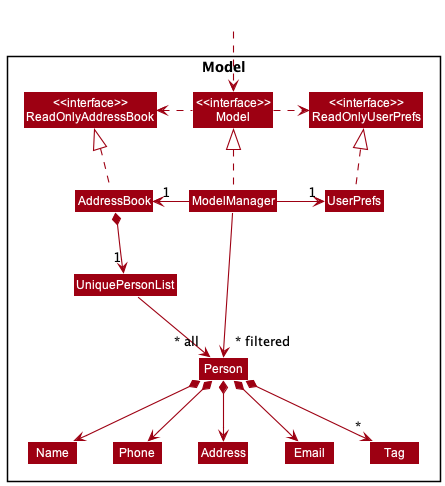
Before: docs/images/ModelClassDiagram.png, a diagram exported from PlantUML (nus-cs2103-AY2223S1/tp).
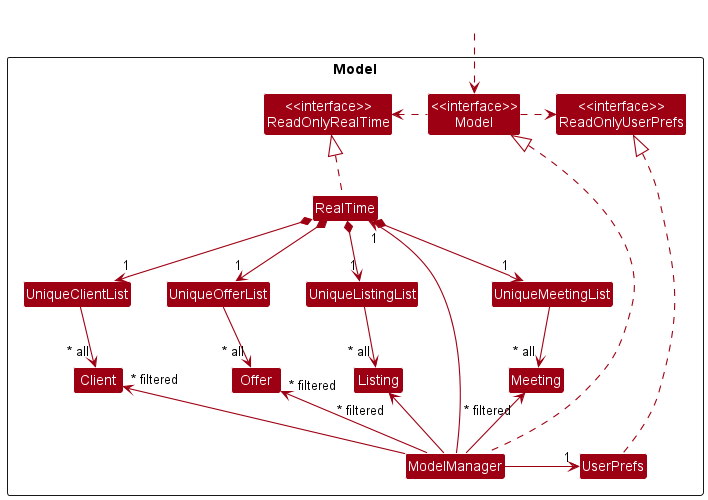
After the change.

Change to the diagram source:
```diff
@@ -5,46 +5,53 @@
 skinparam classBackgroundColor MODEL_COLOR
 
 Package Model <<Rectangle>>{
-Class "<<interface>>\nReadOnlyAddressBook" as ReadOnlyAddressBook
+Class "<<interface>>\nReadOnlyRealTime" as ReadOnlyRealTime
 Class "<<interface>>\nReadOnlyUserPrefs" as ReadOnlyUserPrefs
 Class "<<interface>>\nModel" as Model
-Class AddressBook
+Class RealTime
 Class ModelManager
 Class UserPrefs
 
-Class UniquePersonList
-Class Person
-Class Address
-Class Email
-Class Name
-Class Phone
-Class Tag
+Class UniqueClientList
+Class UniqueOfferList
+Class UniqueListingList
+Class UniqueMeetingList
+
+Class Client
+Class Offer
+Class Meeting
+Class Listing
 
 }
 
 Class HiddenOutside #FFFFFF
 HiddenOutside ..> Model
 
-AddressBook .up.|> ReadOnlyAddressBook
+RealTime .up.|> ReadOnlyRealTime
 
-ModelManager .up.|> Model
+ModelManager .up....|> Model
 Model .right.> ReadOnlyUserPrefs
-Model .left.> ReadOnlyAddressBook
-ModelManager -left-> "1" AddressBook
+Model .left.> ReadOnlyRealTime
+ModelManager -up-> "1" RealTime
 ModelManager -right-> "1" UserPrefs
-UserPrefs .up.|> ReadOnlyUserPrefs
+UserPrefs .up....|> ReadOnlyUserPrefs
 
-AddressBook *--> "1" UniquePersonList
-UniquePersonList --> "~* all" Person
-Person *--> Name
-Person *--> Phone
-Person *--> Email
-Person *--> Address
-Person *--> "*" Tag
+RealTime *--> "1" UniqueClientList
+RealTime *--> "1" UniqueOfferList
+RealTime *--> "1" UniqueListingList
+RealTime *--> "1" UniqueMeetingList
 
-Name -[hidden]right-> Phone
-Phone -[hidden]right-> Address
-Address -[hidden]right-> Email
+UniqueClientList -down-> "~* all" Client
+UniqueOfferList -down-> "~* all" Offer
+UniqueListingList -down-> "~* all" Listing
+UniqueMeetingList -down-> "~* all" Meeting
 
-ModelManager -->"~* filtered" Person
+ModelManager -up->"~* filtered" Client
+ModelManager -up->"~* filtered" Offer
+ModelManager -up->"~* filtered" Listing
+ModelManager -up->"~* filtered" Meeting
+
+UniqueClientList -right[hidden]- UniqueOfferList
+UniqueOfferList -right[hidden]- UniqueListingList
+UniqueListingList -right[hidden]- UniqueMeetingList
 @enduml
```
